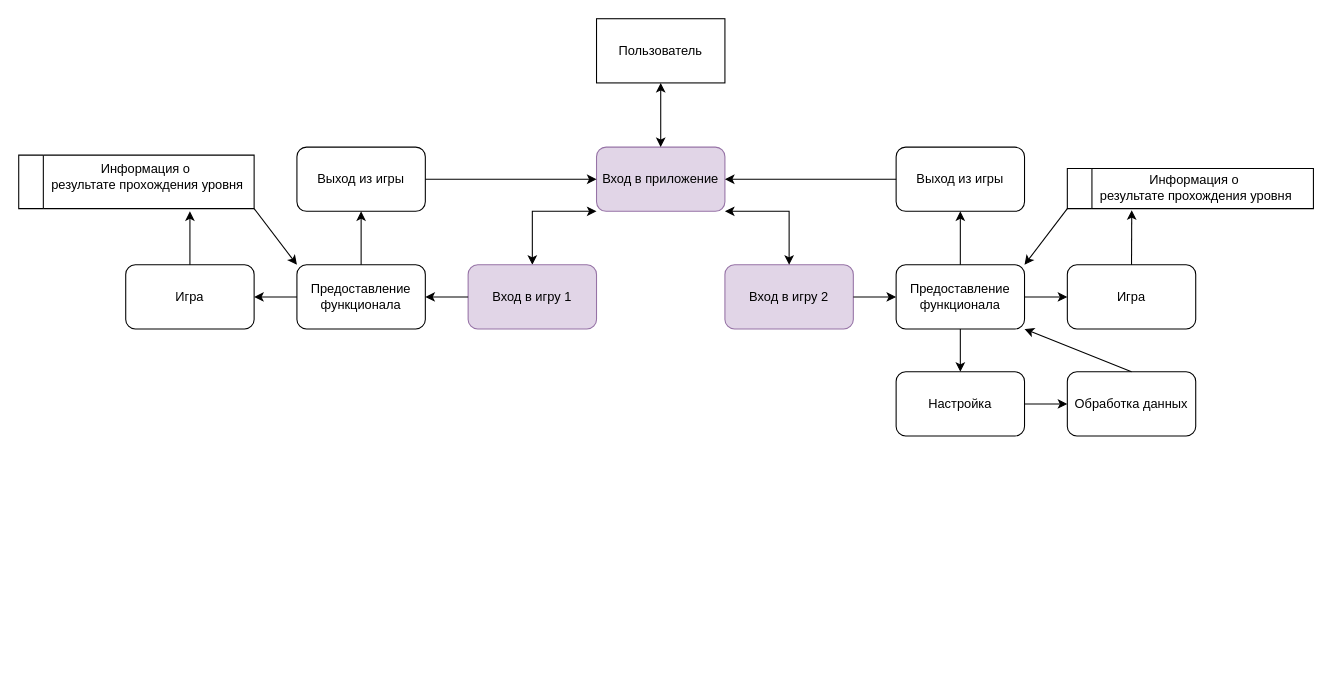
Above: page "Страница — 3" (3 of 3) of DFD.drawio in Lorled/important-project (draw.io), before the change. Source tidied: cells renumbered, new cells numbered last; positions are measured from the earlier drawing's top-left corner, leaving out a move shared by most shapes. Both pictures are drawn from the tidied source at 107%, with x=0, y=0 at pixel (18, 18).
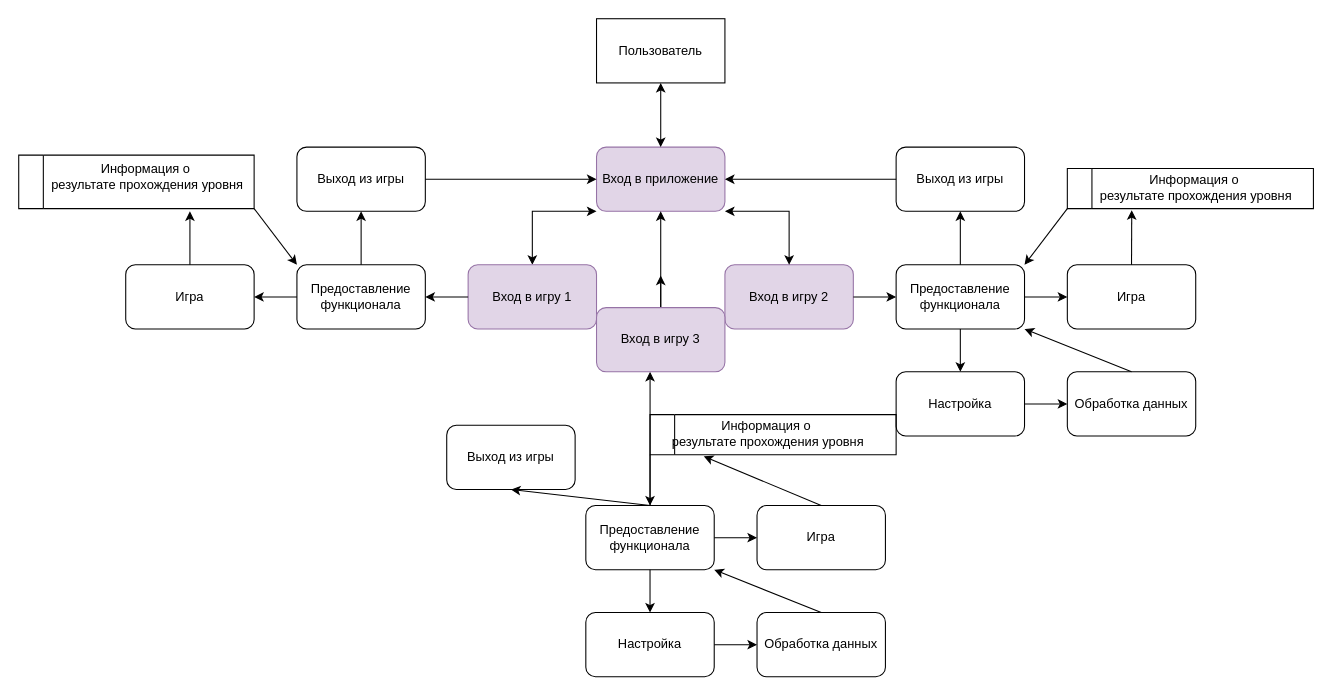
After the change.

The change refers to these unchanged cells:
```xml
<mxCell id="3" value="Вход в приложение" style="rounded=1;whiteSpace=wrap;html=1;fillColor=#e1d5e7;strokeColor=#9673a6;" parent="1" vertex="1">
  <mxGeometry x="540" y="120" width="120" height="60" as="geometry" />
</mxCell>
```

What changed in the source:
```diff
@@
+    <mxCell id="36" style="edgeStyle=orthogonalEdgeStyle;rounded=0;jettySize=auto;html=1;" parent="1" edge="1" source="53">
+      <mxGeometry relative="1" as="geometry">
+        <mxPoint x="600" y="240" as="targetPoint" />
+      </mxGeometry>
+    </mxCell>
+    <mxCell id="37" value="Предоставление функционала" style="rounded=1;whiteSpace=wrap;html=1;" parent="1" vertex="1">
+      <mxGeometry x="530" y="455" width="120" height="60" as="geometry" />
+    </mxCell>
+    <mxCell id="38" style="endArrow=classic;html=1;rounded=0;exitX=0.5;exitY=1;exitDx=0;exitDy=0;entryX=0.5;entryY=0;entryDx=0;entryDy=0;" parent="1" edge="1" source="37" target="39">
+      <mxGeometry relative="1" as="geometry" />
+    </mxCell>
+    <mxCell id="39" value="Настройка" style="rounded=1;whiteSpace=wrap;html=1;" parent="1" vertex="1">
+      <mxGeometry x="530" y="555" width="120" height="60" as="geometry" />
+    </mxCell>
+    <mxCell id="40" value="Обработка данных" style="rounded=1;whiteSpace=wrap;html=1;" parent="1" vertex="1">
+      <mxGeometry x="690" y="555" width="120" height="60" as="geometry" />
+    </mxCell>
+    <mxCell id="41" style="endArrow=classic;html=1;rounded=0;exitX=1;exitY=0.5;exitDx=0;exitDy=0;entryX=0;entryY=0.5;entryDx=0;entryDy=0;" parent="1" edge="1" source="39" target="40">
+      <mxGeometry relative="1" as="geometry" />
+    </mxCell>
+    <mxCell id="42" style="endArrow=classic;html=1;rounded=0;exitX=0.5;exitY=0;exitDx=0;exitDy=0;entryX=1;entryY=1;entryDx=0;entryDy=0;" parent="1" edge="1" source="40" target="37">
+      <mxGeometry relative="1" as="geometry" />
+    </mxCell>
+    <mxCell id="43" value="Игра" style="rounded=1;whiteSpace=wrap;html=1;" parent="1" vertex="1">
+      <mxGeometry x="690" y="455" width="120" height="60" as="geometry" />
+    </mxCell>
+    <mxCell id="44" style="endArrow=classic;html=1;rounded=0;exitX=1;exitY=0.5;exitDx=0;exitDy=0;entryX=0;entryY=0.5;entryDx=0;entryDy=0;" parent="1" edge="1" source="37" target="43">
+      <mxGeometry relative="1" as="geometry" />
+    </mxCell>
+    <mxCell id="45" style="swimlane;horizontal=0;whiteSpace=wrap;html=1;" parent="1" vertex="1">
+      <mxGeometry x="590" y="370" width="230" height="37.5" as="geometry" />
+    </mxCell>
+    <mxCell id="46" value="Информация о&amp;nbsp;&lt;br&gt;результате прохождения уровня" style="text;html=1;align=center;verticalAlign=middle;points=[];strokeColor=none;fillColor=none;" parent="45" vertex="1">
+      <mxGeometry x="10" y="-2.5" width="200" height="40" as="geometry" />
+    </mxCell>
+    <mxCell id="47" style="endArrow=classic;html=1;rounded=0;exitX=0.5;exitY=0;exitDx=0;exitDy=0;entryX=0.201;entryY=1.036;entryDx=0;entryDy=0;entryPerimeter=0;" parent="1" edge="1" source="43" target="46">
+      <mxGeometry relative="1" as="geometry" />
+    </mxCell>
+    <mxCell id="48" style="endArrow=classic;html=1;rounded=0;exitX=0;exitY=1;exitDx=0;exitDy=0;" parent="1" edge="1" source="45" target="37">
+      <mxGeometry relative="1" as="geometry" />
+    </mxCell>
+    <mxCell id="49" value="Выход из игры" style="rounded=1;whiteSpace=wrap;html=1;" parent="1" vertex="1">
+      <mxGeometry x="400" y="380" width="120" height="60" as="geometry" />
+    </mxCell>
+    <mxCell id="50" style="endArrow=classic;html=1;rounded=0;exitX=0.5;exitY=0;exitDx=0;exitDy=0;entryX=0.5;entryY=1;entryDx=0;entryDy=0;" parent="1" edge="1" source="37" target="49">
+      <mxGeometry relative="1" as="geometry" />
+    </mxCell>
+    <mxCell id="51" style="edgeStyle=orthogonalEdgeStyle;rounded=0;jettySize=auto;html=1;entryX=0.417;entryY=1;entryDx=0;entryDy=0;entryPerimeter=0;" parent="1" edge="1" source="37" target="53">
+      <mxGeometry relative="1" as="geometry" />
+    </mxCell>
+    <mxCell id="52" style="edgeStyle=orthogonalEdgeStyle;rounded=0;jettySize=auto;html=1;exitX=0.5;exitY=0;exitDx=0;exitDy=0;entryX=0.5;entryY=1;entryDx=0;entryDy=0;" parent="1" edge="1" source="53" target="3">
+      <mxGeometry relative="1" as="geometry" />
+    </mxCell>
+    <mxCell id="53" value="Вход в игру 3" style="rounded=1;whiteSpace=wrap;html=1;fillColor=#e1d5e7;strokeColor=#9673a6;" parent="1" vertex="1">
+      <mxGeometry x="540" y="270" width="120" height="60" as="geometry" />
+    </mxCell>
```
